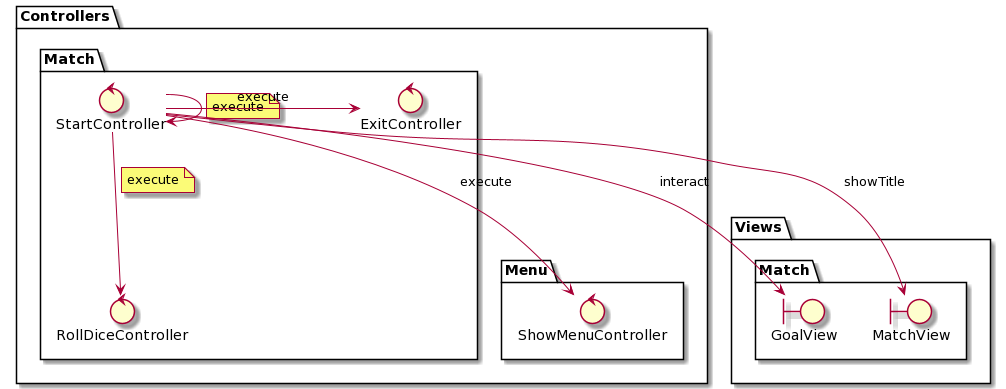
Before: rup/analysis/use_cases/start.png, a diagram exported from PlantUML (USantaTecla-game-backgammon/backgammon).
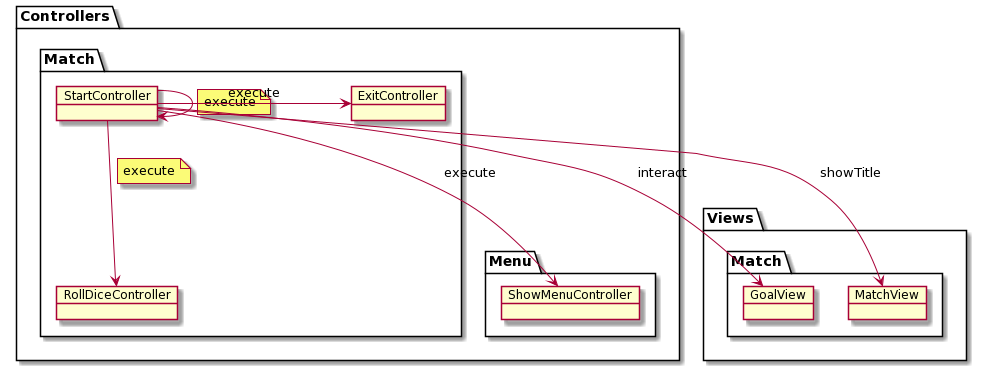
Above is the later version.

What changed in the source:
```diff
@@ -1,20 +1,20 @@
 @startuml
 package Views {
     package Match3 as "Match"{
-        boundary GoalView
-        boundary MatchView
+        object GoalView
+        object MatchView
     }
 }
 
 package Controllers {
     package Menu {
-        control ShowMenuController
+        object ShowMenuController
     }
 
     package Match2 as "Match" {
-        control ExitController
-        control StartController
-        control RollDiceController
+        object ExitController
+        object StartController
+        object RollDiceController
     }
 }
 
```
